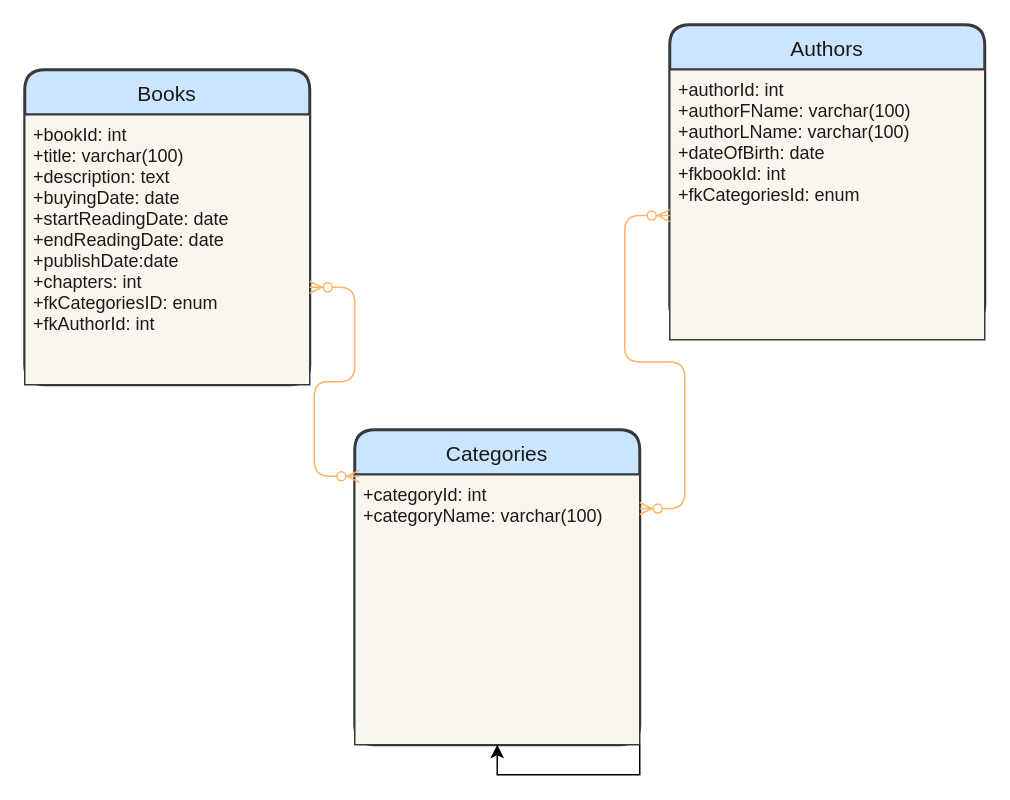
The draw.io diagram Shahpar/bookClass.drawio in ShahparShabani/FE21-DBDev-MySql-DAY1-Laura-Shahpar, before the edit. Source tidied: cells renumbered, new cells numbered last; positions are measured from the earlier drawing's top-left corner, leaving out a move shared by most shapes. Both pictures are drawn from the tidied source at 150%, with x=0, y=0 at pixel (24, 24).
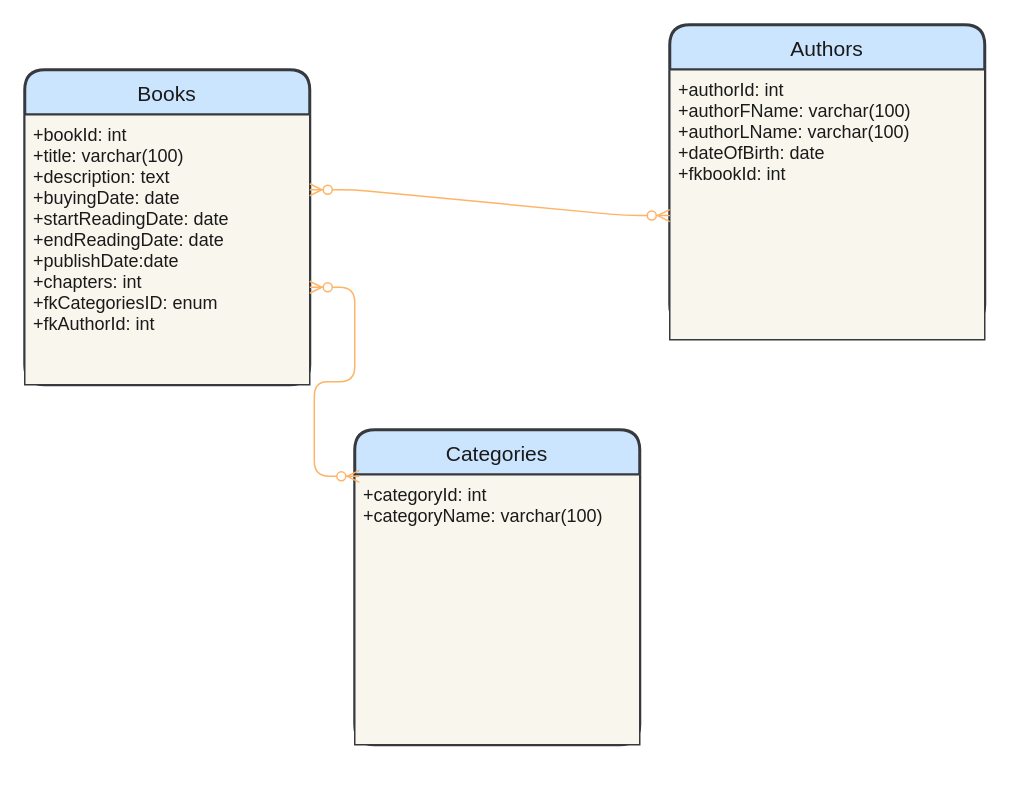
The same page after the edit.

Commit message (it also covers changes not shown here):
remove relation between authors & categories

Change to the diagram source:
```diff
@@
 <mxGraphModel>
   <root>
     <mxCell id="0" />
     <mxCell id="1" parent="0" />
     <mxCell id="2" value="Books" style="swimlane;horizontal=1;startSize=30;rounded=1;fontSize=14;fontStyle=0;strokeWidth=2;shadow=0;dashed=0;align=center;fillColor=#cce5ff;strokeColor=#36393d;fontColor=#1A1A1A;" parent="1" vertex="1">
       <mxGeometry y="30" width="190" height="210" as="geometry" />
     </mxCell>
     <mxCell id="3" value="+bookId: int&#10;+title: varchar(100)&#10;+description: text&#10;+buyingDate: date&#10;+startReadingDate: date&#10;+endReadingDate: date&#10;+publishDate:date&#10;+chapters: int&#10;+fkCategoriesID: enum&#10;+fkAuthorId: int&#10;" style="align=left;strokeColor=#36393d;fillColor=#f9f7ed;spacingLeft=4;fontSize=12;verticalAlign=top;fontColor=#1A1A1A;" parent="2" vertex="1">
       <mxGeometry y="30" width="190" height="180" as="geometry" />
     </mxCell>
     <mxCell id="4" style="align=left;strokeColor=#36393d;fillColor=#f9f7ed;spacingLeft=4;fontSize=12;verticalAlign=top;fontColor=#1A1A1A;" parent="2" vertex="1">
       <mxGeometry y="210" width="190" as="geometry" />
     </mxCell>
     <mxCell id="5" value="Authors" style="swimlane;horizontal=1;startSize=30;rounded=1;fontSize=14;fontStyle=0;strokeWidth=2;shadow=0;dashed=0;align=center;fillColor=#cce5ff;strokeColor=#36393d;fontColor=#1A1A1A;" parent="1" vertex="1">
       <mxGeometry x="430" width="210" height="200" as="geometry" />
     </mxCell>
-    <mxCell id="6" value="+authorId: int&#10;+authorFName: varchar(100)&#10;+authorLName: varchar(100)&#10;+dateOfBirth: date&#10;+fkbookId: int&#10;+fkCategoriesId: enum&#10;" style="align=left;strokeColor=#36393d;fillColor=#f9f7ed;spacingLeft=4;fontSize=12;verticalAlign=top;fontColor=#1A1A1A;" parent="5" vertex="1">
+    <mxCell id="6" value="+authorId: int&#10;+authorFName: varchar(100)&#10;+authorLName: varchar(100)&#10;+dateOfBirth: date&#10;+fkbookId: int" style="align=left;strokeColor=#36393d;fillColor=#f9f7ed;spacingLeft=4;fontSize=12;verticalAlign=top;fontColor=#1A1A1A;" parent="5" vertex="1">
       <mxGeometry y="30" width="210" height="180" as="geometry" />
     </mxCell>
     <mxCell id="7" style="align=left;strokeColor=#36393d;fillColor=#f9f7ed;spacingLeft=4;fontSize=12;verticalAlign=top;fontColor=#1A1A1A;" parent="5" vertex="1">
       <mxGeometry y="210" width="210" height="-10" as="geometry" />
     </mxCell>
     <mxCell id="8" style="edgeStyle=orthogonalEdgeStyle;rounded=0;orthogonalLoop=1;jettySize=auto;html=1;exitX=0.5;exitY=1;exitDx=0;exitDy=0;fontColor=#1A1A1A;" parent="5" edge="1" source="6" target="6">
       <mxGeometry relative="1" as="geometry" />
     </mxCell>
     <mxCell id="9" value="Categories" style="swimlane;horizontal=1;startSize=30;rounded=1;fontSize=14;fontStyle=0;strokeWidth=2;shadow=0;dashed=0;align=center;fillColor=#cce5ff;strokeColor=#36393d;fontColor=#1A1A1A;" parent="1" vertex="1">
       <mxGeometry x="220" y="270" width="190" height="210" as="geometry" />
     </mxCell>
     <mxCell id="10" value="+categoryId: int&#10;+categoryName: varchar(100)&#10;&#10;" style="align=left;strokeColor=#36393d;fillColor=#f9f7ed;spacingLeft=4;fontSize=12;verticalAlign=top;fontColor=#1A1A1A;" parent="9" vertex="1">
       <mxGeometry y="30" width="190" height="180" as="geometry" />
     </mxCell>
     <mxCell id="11" style="align=left;strokeColor=#36393d;fillColor=#f9f7ed;spacingLeft=4;fontSize=12;verticalAlign=top;fontColor=#1A1A1A;" parent="9" vertex="1">
       <mxGeometry y="210" width="190" as="geometry" />
     </mxCell>
-    <mxCell id="12" style="edgeStyle=orthogonalEdgeStyle;rounded=0;jettySize=auto;html=1;exitX=1;exitY=1;exitDx=0;exitDy=0;fontColor=#1A1A1A;" parent="9" edge="1" source="9" target="10">
-      <mxGeometry relative="1" as="geometry">
-        <Array as="points">
-          <mxPoint x="190" y="230" />
-          <mxPoint x="95" y="230" />
-        </Array>
-      </mxGeometry>
-    </mxCell>
     <mxCell id="13" style="edgeStyle=entityRelationEdgeStyle;fontSize=12;html=1;endArrow=ERzeroToMany;endFill=1;startArrow=ERzeroToMany;fontColor=#1A1A1A;entryX=0.016;entryY=0.148;entryDx=0;entryDy=0;entryPerimeter=0;fillColor=#ffff88;strokeColor=#FFB366;" parent="1" edge="1" target="9">
       <mxGeometry relative="1" as="geometry">
         <mxPoint x="190" y="175" as="sourcePoint" />
       </mxGeometry>
     </mxCell>
-    <mxCell id="14" style="edgeStyle=entityRelationEdgeStyle;fontSize=12;html=1;endArrow=ERzeroToMany;endFill=1;startArrow=ERzeroToMany;fontColor=#1A1A1A;entryX=0;entryY=0.54;entryDx=0;entryDy=0;entryPerimeter=0;exitX=1;exitY=0.25;exitDx=0;exitDy=0;strokeColor=#FFB366;" parent="1" edge="1" source="9" target="6">
-      <mxGeometry relative="1" as="geometry" />
+    <mxCell id="14" style="edgeStyle=entityRelationEdgeStyle;fontSize=12;html=1;endArrow=ERzeroToMany;endFill=1;startArrow=ERzeroToMany;fontColor=#1A1A1A;entryX=0;entryY=0.54;entryDx=0;entryDy=0;entryPerimeter=0;strokeColor=#FFB366;" parent="1" edge="1" target="6">
+      <mxGeometry relative="1" as="geometry">
+        <mxPoint x="190" y="110" as="sourcePoint" />
+      </mxGeometry>
     </mxCell>
   </root>
 </mxGraphModel>
```
